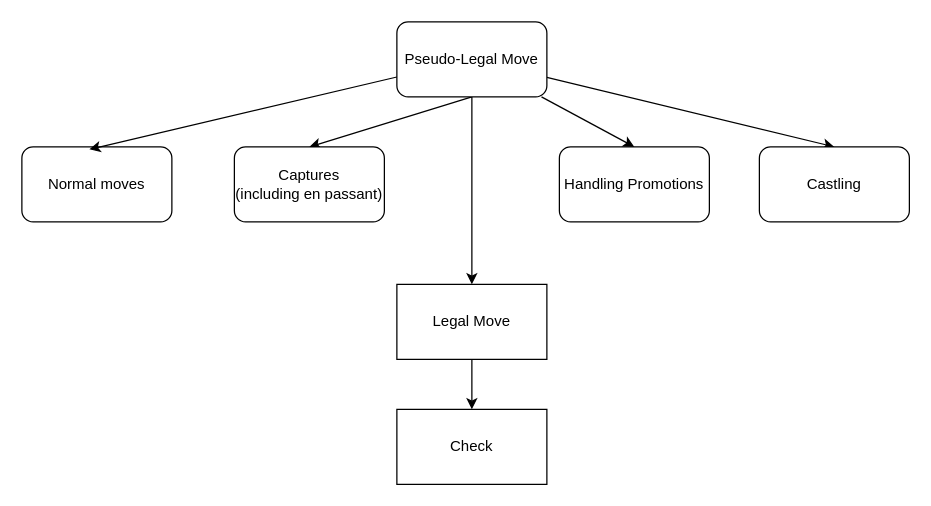
This is docs/MoveGeneration/chessRules-moveLeaglity.drawio from bartlomiejkozka/Barkoz-Tempo, a draw.io file, before an edit. Source tidied: cells renumbered, new cells numbered last; positions are measured from the earlier drawing's top-left corner, leaving out a move shared by most shapes. Both pictures are drawn from the tidied source at 125%, with x=0, y=0 at pixel (21, 21).
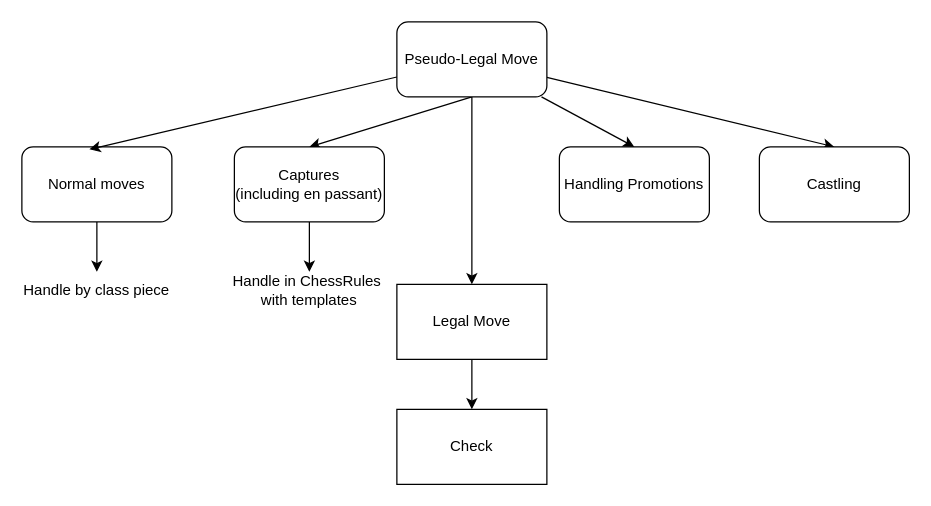
Above is the later version.

Change to the diagram source:
```diff
@@
 <mxGraphModel>
   <root>
     <mxCell id="0" />
     <mxCell id="1" parent="0" />
     <mxCell id="2" style="edgeStyle=none;html=1;entryX=0.5;entryY=0;entryDx=0;entryDy=0;" parent="1" edge="1" source="3" target="14">
       <mxGeometry relative="1" as="geometry" />
     </mxCell>
     <mxCell id="3" value="Legal Move" style="rounded=0;whiteSpace=wrap;html=1;" parent="1" vertex="1">
       <mxGeometry x="300" y="210" width="120" height="60" as="geometry" />
     </mxCell>
     <mxCell id="4" style="edgeStyle=none;html=1;entryX=0.5;entryY=0;entryDx=0;entryDy=0;" parent="1" edge="1" source="8" target="3">
       <mxGeometry relative="1" as="geometry" />
     </mxCell>
     <mxCell id="5" style="edgeStyle=none;html=1;exitX=0.5;exitY=1;exitDx=0;exitDy=0;entryX=0.5;entryY=0;entryDx=0;entryDy=0;" parent="1" edge="1" source="8" target="10">
       <mxGeometry relative="1" as="geometry" />
     </mxCell>
     <mxCell id="6" style="edgeStyle=none;html=1;entryX=0.5;entryY=0;entryDx=0;entryDy=0;" parent="1" edge="1" source="8" target="12">
       <mxGeometry relative="1" as="geometry" />
     </mxCell>
     <mxCell id="7" style="edgeStyle=none;html=1;entryX=0.5;entryY=0;entryDx=0;entryDy=0;" parent="1" edge="1" source="8" target="13">
       <mxGeometry relative="1" as="geometry" />
     </mxCell>
     <mxCell id="8" value="Pseudo-Legal Move" style="rounded=1;whiteSpace=wrap;html=1;" parent="1" vertex="1">
       <mxGeometry x="300" width="120" height="60" as="geometry" />
     </mxCell>
+    <mxCell id="15" style="edgeStyle=none;html=1;" parent="1" edge="1" source="9">
+      <mxGeometry relative="1" as="geometry">
+        <mxPoint x="60" y="200" as="targetPoint" />
+      </mxGeometry>
+    </mxCell>
     <mxCell id="9" value="Normal moves" style="rounded=1;whiteSpace=wrap;html=1;" parent="1" vertex="1">
       <mxGeometry y="100" width="120" height="60" as="geometry" />
     </mxCell>
+    <mxCell id="16" style="edgeStyle=none;html=1;entryX=0.5;entryY=0;entryDx=0;entryDy=0;" parent="1" edge="1" source="10" target="18">
+      <mxGeometry relative="1" as="geometry" />
+    </mxCell>
     <mxCell id="10" value="Captures&lt;div&gt;(including en passant)&lt;/div&gt;" style="rounded=1;whiteSpace=wrap;html=1;" parent="1" vertex="1">
       <mxGeometry x="170" y="100" width="120" height="60" as="geometry" />
     </mxCell>
     <mxCell id="11" style="edgeStyle=none;html=1;entryX=0.45;entryY=0.033;entryDx=0;entryDy=0;entryPerimeter=0;" parent="1" edge="1" source="8" target="9">
       <mxGeometry relative="1" as="geometry" />
     </mxCell>
     <mxCell id="12" value="Handling Promotions" style="rounded=1;whiteSpace=wrap;html=1;" parent="1" vertex="1">
       <mxGeometry x="430" y="100" width="120" height="60" as="geometry" />
     </mxCell>
     <mxCell id="13" value="Castling" style="rounded=1;whiteSpace=wrap;html=1;" parent="1" vertex="1">
       <mxGeometry x="590" y="100" width="120" height="60" as="geometry" />
     </mxCell>
     <mxCell id="14" value="Check" style="rounded=0;whiteSpace=wrap;html=1;" parent="1" vertex="1">
       <mxGeometry x="300" y="310" width="120" height="60" as="geometry" />
     </mxCell>
+    <mxCell id="17" value="Handle by class piece" style="text;html=1;align=center;verticalAlign=middle;whiteSpace=wrap;rounded=0;" parent="1" vertex="1">
+      <mxGeometry y="200" width="120" height="30" as="geometry" />
+    </mxCell>
+    <mxCell id="18" value="Handle in ChessRules&amp;nbsp; with templates" style="text;html=1;align=center;verticalAlign=middle;whiteSpace=wrap;rounded=0;" parent="1" vertex="1">
+      <mxGeometry x="165" y="200" width="130" height="30" as="geometry" />
+    </mxCell>
   </root>
 </mxGraphModel>
```
